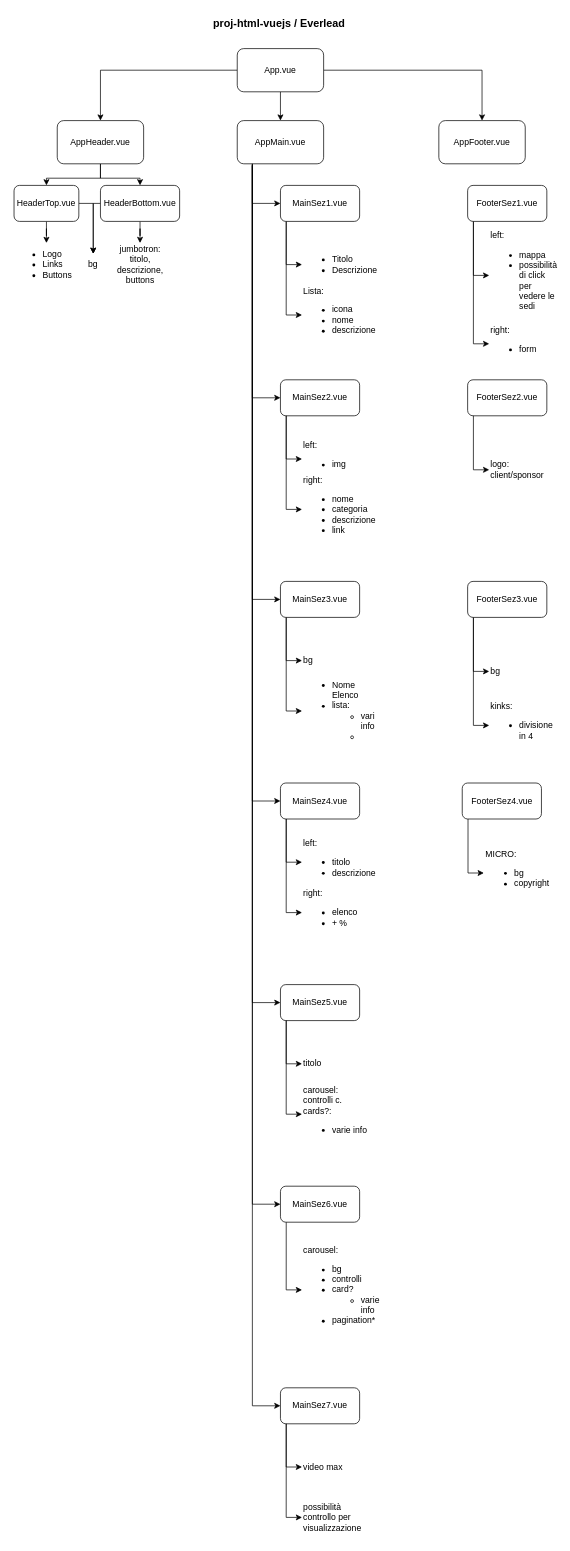
Above: src/assets/Diagrams/DiagrammaProgetto.drawio in Roberto-Larivera/proj-html-vuejs (draw.io), before the change. Source tidied: cells renumbered, new cells numbered last; positions are measured from the earlier drawing's top-left corner, leaving out a move shared by most shapes. Both pictures are drawn from the tidied source at 72%, with x=0, y=0 at pixel (12, 12).
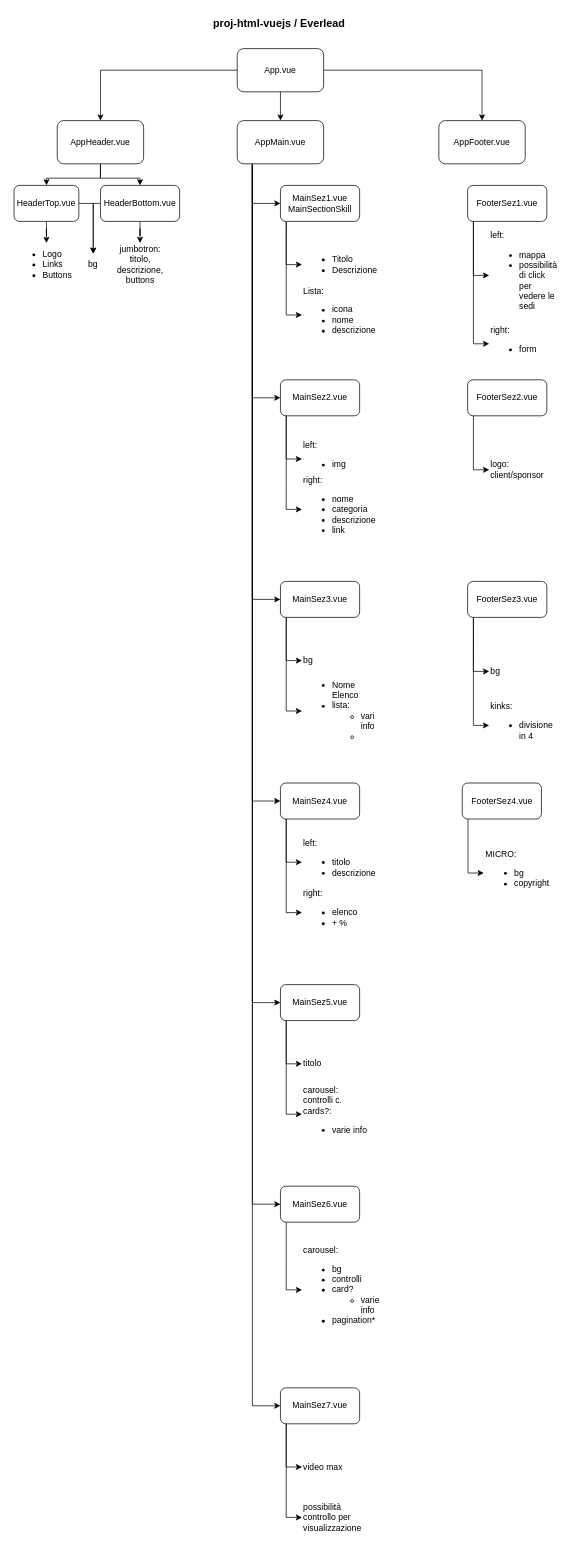
The same page after the edit.

Commit message (it also covers changes not shown here):
Inizio AppMain + Creazione MainSectionSkill

Diff of the diagram source:
```diff
@@
-    <mxCell id="29" value="MainSez1.vue" style="rounded=1;whiteSpace=wrap;html=1;" parent="1" vertex="1">
+    <mxCell id="29" value="MainSez1.vue&lt;br&gt;MainSectionSkill" style="rounded=1;whiteSpace=wrap;html=1;" parent="1" vertex="1">
       <mxGeometry x="372" y="240" width="110" height="50" as="geometry" />
     </mxCell>
```
